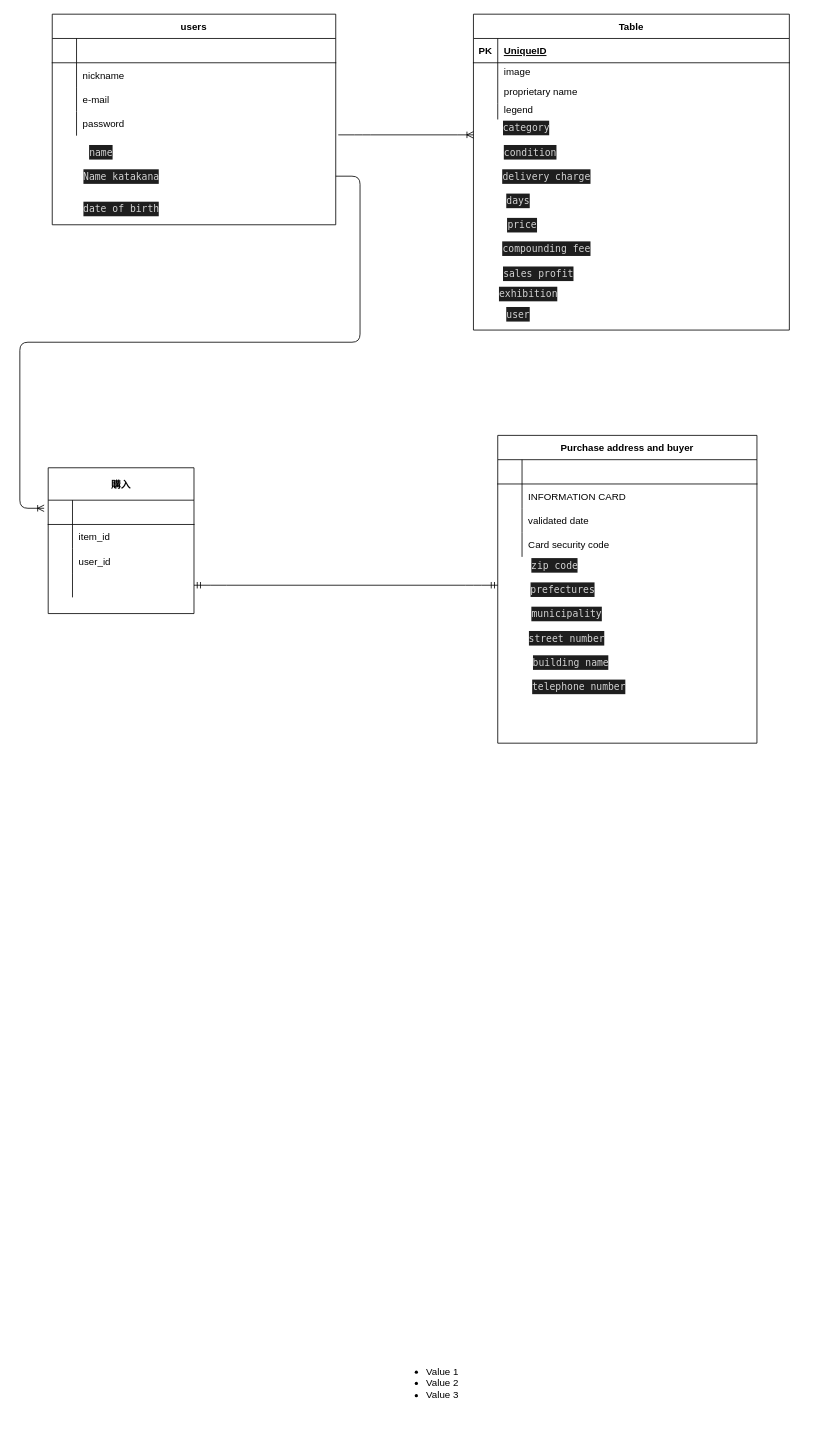
Above: page "ページ1" (1 of 2) of ER.dio in suzikiyou/furima-33590 (draw.io), before the change. Source tidied: cells renumbered, new cells numbered last; positions are measured from the earlier drawing's top-left corner, leaving out a move shared by most shapes. Both pictures are drawn from the tidied source at 81%, with x=0, y=0 at pixel (44, 14).
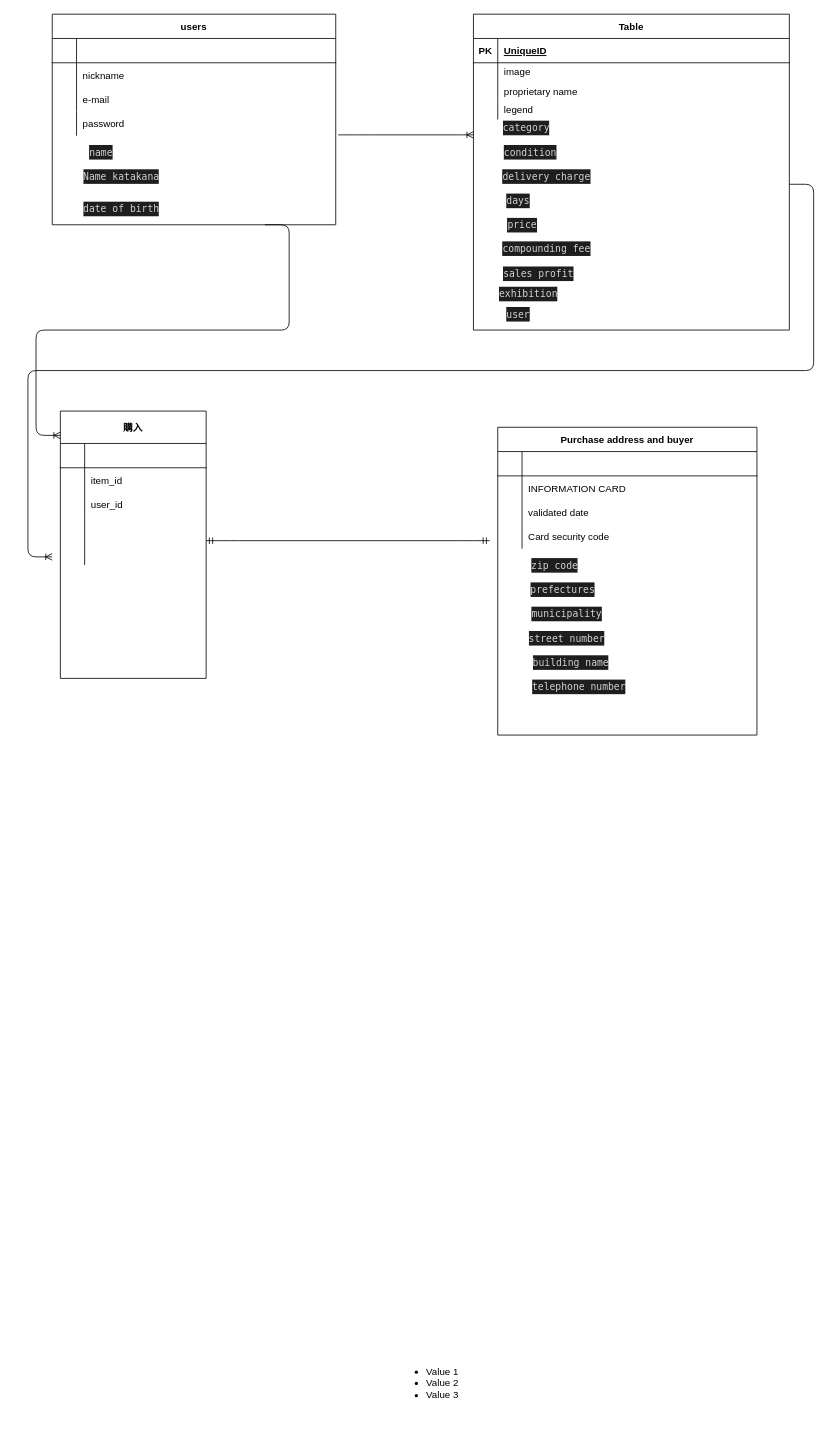
The same diagram, later.

Unchanged cells that the change refers to:
```xml
<mxCell id="15" value="users" style="shape=table;startSize=30;childLayout=tableLayout;rowLines=0;fontStyle=1;align=center;" parent="1" vertex="1">
  <mxGeometry x="10" width="350" height="260" as="geometry" />
</mxCell>
```

The edit, as a diff of the source:
```diff
@@
     <mxCell id="2" value="購入" style="shape=table;startSize=40;childLayout=tableLayout;rowLines=0;fontStyle=1;align=center;" parent="1" vertex="1">
-      <mxGeometry x="5" y="560" width="180" height="180" as="geometry" />
+      <mxGeometry x="20" y="490" width="180" height="330" as="geometry" />
     </mxCell>
@@
     <mxCell id="12" style="shape=partialRectangle;fillColor=none;top=0;left=0;bottom=0;right=0;points=[[0,0.5],[1,0.5]];portConstraint=eastwest;" parent="2" vertex="1">
-      <mxGeometry y="130" width="180" height="30" as="geometry" />
+      <mxGeometry y="130" width="180" height="60" as="geometry" />
     </mxCell>
     <mxCell id="13" style="shape=partialRectangle;fillColor=none;top=0;left=0;bottom=0;right=0;overflow=hidden;" parent="12" vertex="1">
-      <mxGeometry width="30" height="30" as="geometry" />
+      <mxGeometry width="30" height="60" as="geometry" />
     </mxCell>
     <mxCell id="14" style="shape=partialRectangle;fillColor=none;top=0;left=0;bottom=0;right=0;align=left;spacingLeft=6;overflow=hidden;" parent="12" vertex="1">
-      <mxGeometry x="30" width="150" height="30" as="geometry" />
+      <mxGeometry x="30" width="150" height="60" as="geometry" />
     </mxCell>
@@
     <mxCell id="28" value="Purchase address and buyer" style="shape=table;startSize=30;childLayout=tableLayout;rowLines=0;fontStyle=1;align=center;" parent="1" vertex="1">
-      <mxGeometry x="560" y="520" width="320" height="380" as="geometry" />
+      <mxGeometry x="560" y="510" width="320" height="380" as="geometry" />
     </mxCell>
@@
-    <mxCell id="41" style="edgeStyle=entityRelationEdgeStyle;fontSize=12;html=1;endArrow=ERmandOne;startArrow=ERmandOne;exitX=1;exitY=0.5;exitDx=0;exitDy=0;" parent="1" edge="1" source="12">
+    <mxCell id="41" style="edgeStyle=entityRelationEdgeStyle;fontSize=12;html=1;endArrow=ERmandOne;startArrow=ERmandOne;" parent="1" edge="1" source="12">
       <mxGeometry relative="1" as="geometry">
-        <mxPoint x="560" y="705" as="targetPoint" />
+        <mxPoint x="550" y="650" as="targetPoint" />
       </mxGeometry>
     </mxCell>
@@
+    <mxCell id="76" style="edgeStyle=entityRelationEdgeStyle;fontSize=12;html=1;endArrow=ERoneToMany;exitX=0.75;exitY=1;exitDx=0;exitDy=0;" parent="1" edge="1" source="15">
+      <mxGeometry relative="1" as="geometry">
+        <mxPoint x="20" y="520" as="targetPoint" />
+      </mxGeometry>
+    </mxCell>
@@
-    <mxCell id="74" style="edgeStyle=entityRelationEdgeStyle;fontSize=12;html=1;endArrow=ERoneToMany;" parent="1" edge="1">
-      <mxGeometry relative="1" as="geometry">
-        <mxPoint x="360" y="200" as="sourcePoint" />
-        <mxPoint y="610" as="targetPoint" />
-      </mxGeometry>
-    </mxCell>
@@
+    <mxCell id="77" style="edgeStyle=entityRelationEdgeStyle;fontSize=12;html=1;endArrow=ERoneToMany;" parent="1" edge="1">
+      <mxGeometry relative="1" as="geometry">
+        <mxPoint x="920" y="210" as="sourcePoint" />
+        <mxPoint x="10" y="670" as="targetPoint" />
+      </mxGeometry>
+    </mxCell>
```
